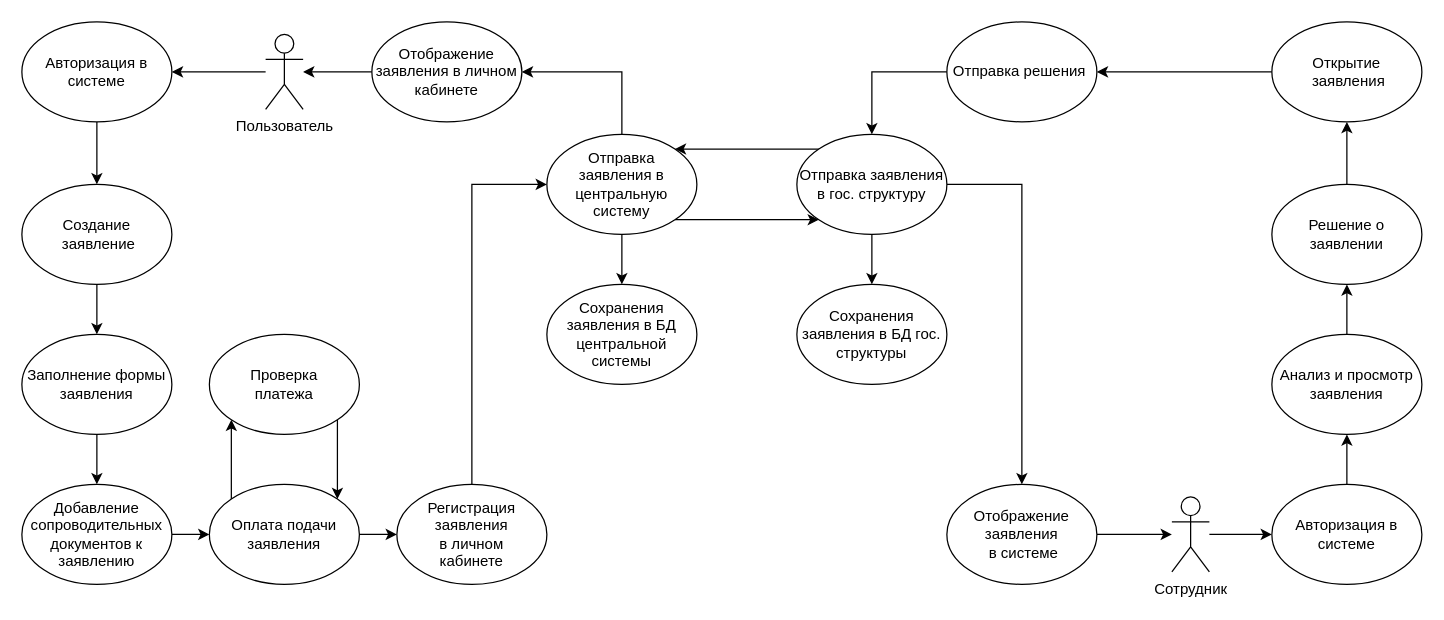
Paremir/Asp.Net-2 keeps this draw.io diagram as Диаграмма без названия.drawio. Above is the earlier version. Source tidied: cells renumbered, new cells numbered last; positions are measured from the earlier drawing's top-left corner, leaving out a move shared by most shapes. Both pictures are drawn from the tidied source at 125%, with x=0, y=0 at pixel (21, 21).
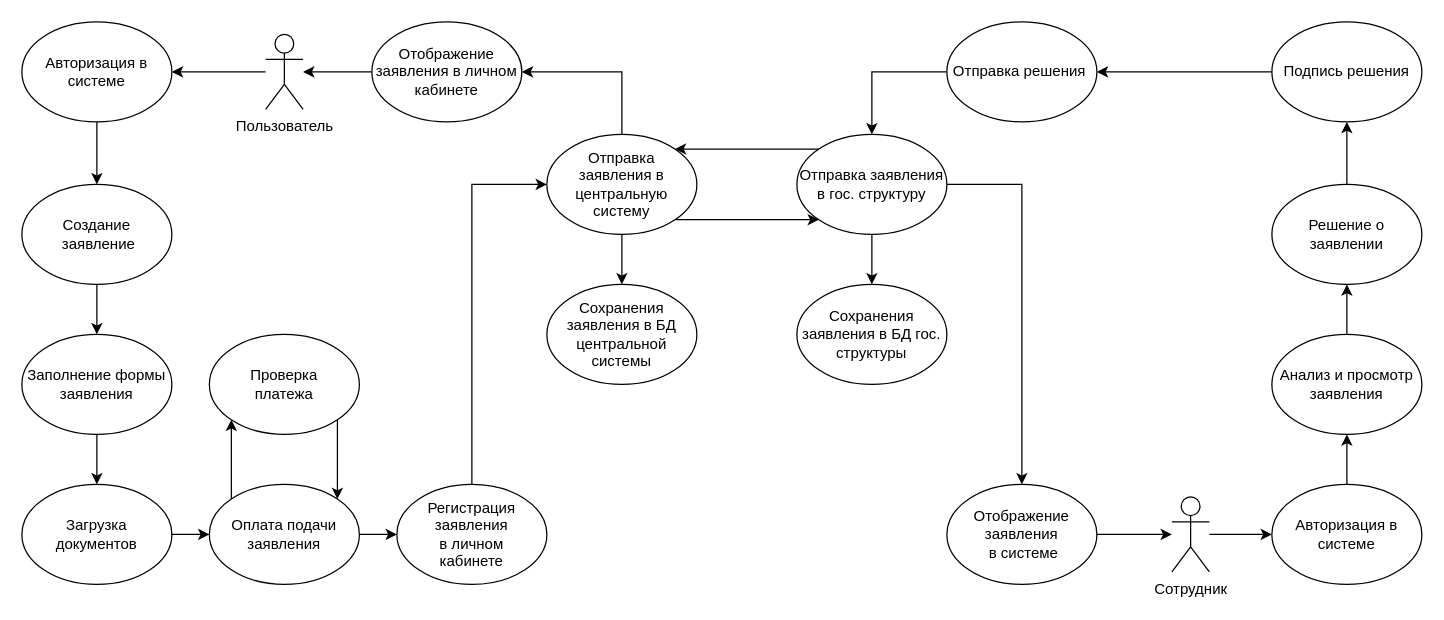
Above is the later version.

The edit, as a diff of the source:
```diff
@@
-    <mxCell id="13" value="Добавление сопроводительных документов к заявлению" style="ellipse;whiteSpace=wrap;html=1;" parent="1" vertex="1">
+    <mxCell id="13" value="Загрузка &lt;br&gt;документов" style="ellipse;whiteSpace=wrap;html=1;" parent="1" vertex="1">
       <mxGeometry y="370" width="120" height="80" as="geometry" />
     </mxCell>
@@
-    <mxCell id="30" value="Открытие&lt;br&gt;&amp;nbsp;заявления" style="ellipse;whiteSpace=wrap;html=1;" parent="1" vertex="1">
+    <mxCell id="30" value="Подпись решения" style="ellipse;whiteSpace=wrap;html=1;" parent="1" vertex="1">
       <mxGeometry x="1000" width="120" height="80" as="geometry" />
     </mxCell>
```
